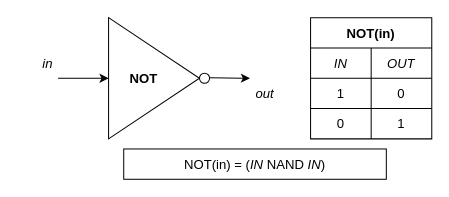
The draw.io diagram page "NOT" (2 of 7) of diagrams.drawio in aaronmbos/nand2tetris, before the edit. Source tidied: cells renumbered, new cells numbered last; positions are measured from the earlier drawing's top-left corner, leaving out a move shared by most shapes. Both pictures are drawn from the tidied source at 101%, with x=0, y=0 at pixel (17, 17).
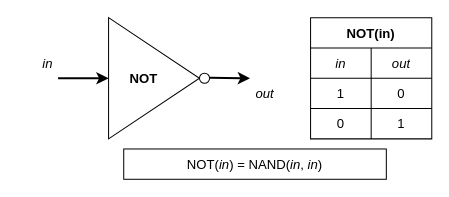
After the change.

Unchanged cells that the change refers to:
```xml
<mxCell id="4" style="shape=tableRow;horizontal=0;startSize=0;swimlaneHead=0;swimlaneBody=0;top=0;left=0;bottom=0;right=0;fillColor=none;fontSize=13;" parent="3" vertex="1">
  <mxGeometry y="30" width="120" height="30" as="geometry" />
</mxCell>
<mxCell id="13" style="triangle;whiteSpace=wrap;html=1;fontFamily=JetBrains Mono;fontSize=13;" parent="1" vertex="1">
  <mxGeometry x="90" width="90" height="120" as="geometry" />
</mxCell>
```

Change to the diagram source:
```diff
@@
-    <mxCell id="5" value="IN" style="shape=partialRectangle;html=1;whiteSpace=wrap;fillColor=none;top=0;left=0;bottom=0;right=0;overflow=hidden;fontSize=13;fontFamily=JetBrains Mono;fontStyle=2;" parent="4" vertex="1">
+    <mxCell id="5" value="in" style="shape=partialRectangle;html=1;whiteSpace=wrap;fillColor=none;top=0;left=0;bottom=0;right=0;overflow=hidden;fontSize=13;fontFamily=JetBrains Mono;fontStyle=2;" parent="4" vertex="1">
       <mxGeometry width="60" height="30" as="geometry" />
     </mxCell>
-    <mxCell id="6" value="OUT" style="shape=partialRectangle;html=1;whiteSpace=wrap;fillColor=none;top=0;left=0;bottom=0;right=0;overflow=hidden;fontSize=13;fontFamily=JetBrains Mono;fontStyle=2;" parent="4" vertex="1">
+    <mxCell id="6" value="out" style="shape=partialRectangle;html=1;whiteSpace=wrap;fillColor=none;top=0;left=0;bottom=0;right=0;overflow=hidden;fontSize=13;fontFamily=JetBrains Mono;fontStyle=2;" parent="4" vertex="1">
       <mxGeometry x="60" width="60" height="30" as="geometry" />
     </mxCell>
@@
-    <mxCell id="15" style="endArrow=classic;html=1;rounded=0;fontFamily=JetBrains Mono;fontSize=13;entryX=0;entryY=0.5;entryDx=0;entryDy=0;" parent="1" edge="1" target="13">
+    <mxCell id="15" style="endArrow=classic;html=1;rounded=0;fontFamily=JetBrains Mono;fontSize=13;entryX=0;entryY=0.5;entryDx=0;entryDy=0;strokeWidth=2;" parent="1" edge="1" target="13">
       <mxGeometry relative="1" as="geometry">
         <mxPoint x="40" y="60" as="sourcePoint" />
       </mxGeometry>
     </mxCell>
-    <mxCell id="16" style="endArrow=classic;html=1;rounded=0;fontFamily=JetBrains Mono;fontSize=13;" parent="1" edge="1">
+    <mxCell id="16" style="endArrow=classic;html=1;rounded=0;fontFamily=JetBrains Mono;fontSize=13;strokeWidth=2;" parent="1" edge="1">
       <mxGeometry relative="1" as="geometry">
         <mxPoint x="190" y="59.5" as="sourcePoint" />
         <mxPoint x="230" y="60" as="targetPoint" />
       </mxGeometry>
     </mxCell>
@@
-    <mxCell id="19" value="NOT(in) = (&lt;i&gt;IN&lt;/i&gt; NAND &lt;i&gt;IN&lt;/i&gt;)" style="text;html=1;strokeColor=none;fillColor=none;align=center;verticalAlign=middle;whiteSpace=wrap;rounded=0;fontFamily=JetBrains Mono;fontSize=13;labelBorderColor=none;" parent="1" vertex="1">
+    <mxCell id="19" value="NOT(&lt;i&gt;in&lt;/i&gt;) = NAND(&lt;i&gt;in&lt;/i&gt;, &lt;i&gt;in&lt;/i&gt;)" style="text;html=1;strokeColor=none;fillColor=none;align=center;verticalAlign=middle;whiteSpace=wrap;rounded=0;fontFamily=JetBrains Mono;fontSize=13;labelBorderColor=none;" parent="1" vertex="1">
       <mxGeometry x="110" y="130" width="250" height="30" as="geometry" />
     </mxCell>
```
